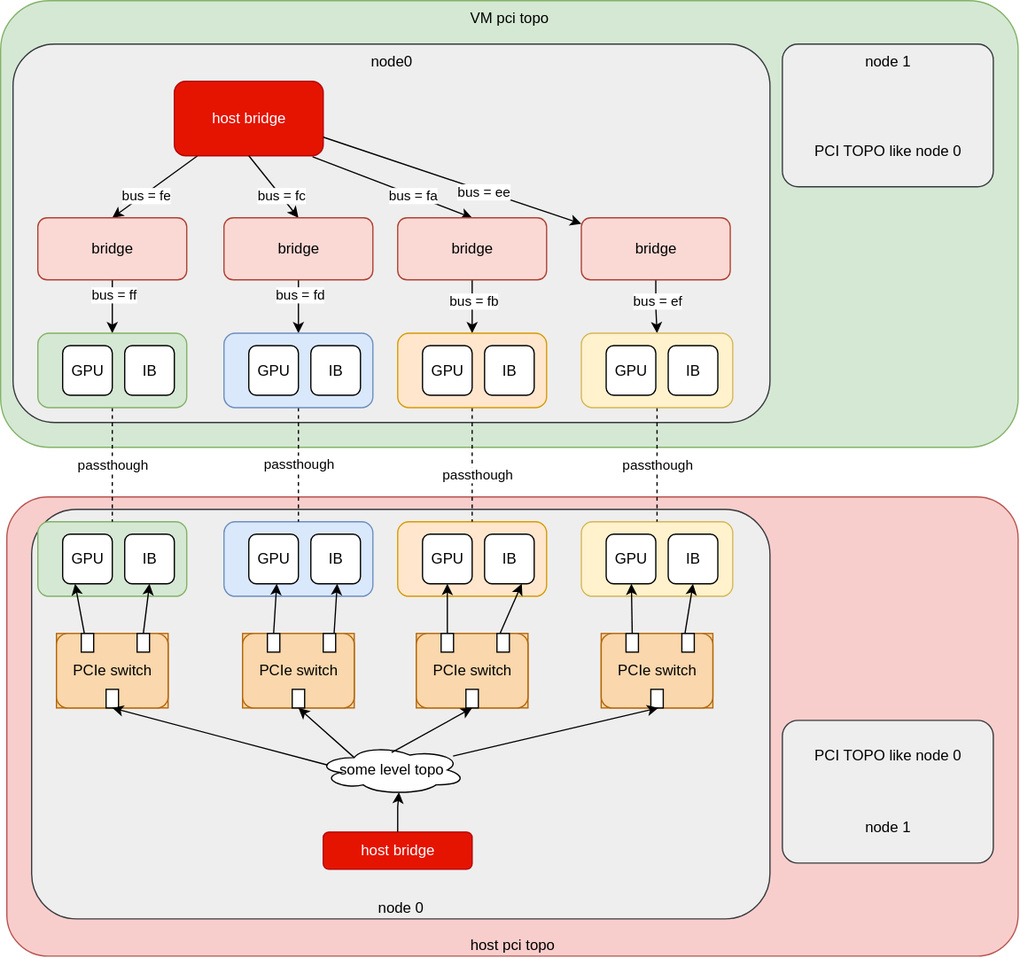
Above: case/gpu/pic/make_vm_topo_like_host.svg in cai-fuqiang/md (draw.io), before the change. Source tidied: cells renumbered, new cells last; positions are measured from the earlier drawing's top-left corner, leaving out a move shared by most shapes.
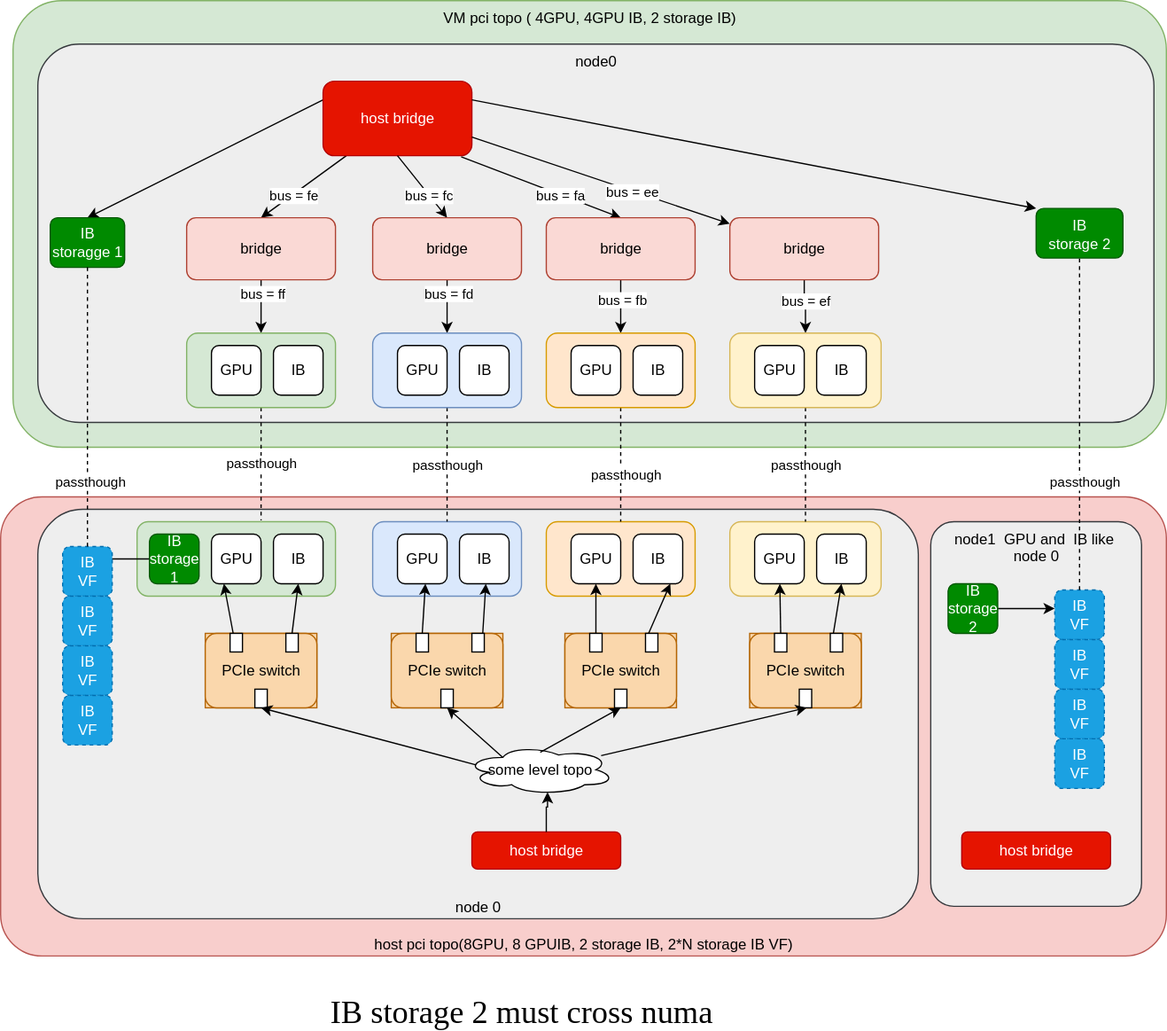
The same diagram one commit later.

Change to the diagram source:
```diff
@@ -2,20 +2,17 @@
   <root>
     <mxCell id="0" />
     <mxCell id="1" parent="0" />
-    <mxCell id="2" value="host pci topo" style="rounded=1;whiteSpace=wrap;html=1;verticalAlign=bottom;arcSize=9;fillColor=#f8cecc;strokeColor=#b85450;" parent="1" vertex="1">
-      <mxGeometry x="5" y="400" width="815" height="370" as="geometry" />
+    <mxCell id="2" value="host pci topo(8GPU, 8 GPUIB, 2 storage IB, 2*N storage IB VF)" style="rounded=1;whiteSpace=wrap;html=1;verticalAlign=bottom;arcSize=9;fillColor=#f8cecc;strokeColor=#b85450;" parent="1" vertex="1">
+      <mxGeometry x="-120" y="400" width="940" height="370" as="geometry" />
     </mxCell>
     <mxCell id="3" value="node 0" style="rounded=1;whiteSpace=wrap;html=1;arcSize=11;verticalAlign=bottom;fillColor=#eeeeee;strokeColor=#36393d;" parent="1" vertex="1">
-      <mxGeometry x="25" y="410" width="595" height="330" as="geometry" />
+      <mxGeometry x="-90" y="410" width="710" height="330" as="geometry" />
     </mxCell>
-    <mxCell id="4" value="VM pci topo" style="rounded=1;whiteSpace=wrap;html=1;arcSize=11;verticalAlign=top;fillColor=#d5e8d4;strokeColor=#82b366;" parent="1" vertex="1">
-      <mxGeometry width="820" height="360" as="geometry" />
+    <mxCell id="4" value="VM pci topo ( 4GPU, 4GPU IB, 2 storage IB)" style="rounded=1;whiteSpace=wrap;html=1;arcSize=11;verticalAlign=top;fillColor=#d5e8d4;strokeColor=#82b366;" parent="1" vertex="1">
+      <mxGeometry x="-110" width="930" height="360" as="geometry" />
     </mxCell>
-    <mxCell id="5" value="node 1&lt;div&gt;&lt;br&gt;&lt;/div&gt;&lt;div&gt;&lt;br&gt;&lt;/div&gt;&lt;div&gt;&lt;br&gt;&lt;/div&gt;&lt;div&gt;&lt;br&gt;&lt;/div&gt;&lt;div&gt;PCI TOPO like node&amp;nbsp;&lt;span style=&quot;background-color: transparent; color: light-dark(rgb(0, 0, 0), rgb(255, 255, 255));&quot;&gt;0&lt;/span&gt;&lt;/div&gt;" style="rounded=1;whiteSpace=wrap;html=1;arcSize=11;verticalAlign=top;fillColor=#eeeeee;strokeColor=#36393d;" parent="1" vertex="1">
-      <mxGeometry x="630" y="35" width="170" height="115" as="geometry" />
-    </mxCell>
     <mxCell id="6" value="node0" style="rounded=1;whiteSpace=wrap;html=1;arcSize=11;verticalAlign=top;fillColor=#eeeeee;strokeColor=#36393d;" parent="1" vertex="1">
-      <mxGeometry x="10" y="35" width="610" height="305" as="geometry" />
+      <mxGeometry x="-90" y="35" width="900" height="305" as="geometry" />
     </mxCell>
     <mxCell id="7" style="rounded=0;jettySize=auto;html=1;entryX=0.5;entryY=0;entryDx=0;entryDy=0;" parent="1" edge="1" source="9" target="12">
       <mxGeometry relative="1" as="geometry" />
@@ -23,6 +20,9 @@
     <mxCell id="8" value="bus = fe" style="edgeLabel;html=1;align=center;verticalAlign=middle;" parent="7" vertex="1">
       <mxGeometry x="0.24" relative="1" as="geometry" />
     </mxCell>
+    <mxCell id="95" style="rounded=0;jettySize=auto;html=1;entryX=0.5;entryY=0;entryDx=0;entryDy=0;exitX=0;exitY=0.25;exitDx=0;exitDy=0;" parent="1" edge="1" source="9" target="98">
+      <mxGeometry relative="1" as="geometry" />
+    </mxCell>
     <mxCell id="9" value="host bridge" style="rounded=1;whiteSpace=wrap;html=1;fillColor=#e51400;fontColor=#ffffff;strokeColor=#B20000;" parent="1" vertex="1">
       <mxGeometry x="140" y="65" width="120" height="60" as="geometry" />
     </mxCell>
@@ -38,7 +38,7 @@
       <mxGeometry x="30" y="175" width="120" height="50" as="geometry" />
     </mxCell>
     <mxCell id="13" style="rounded=1;whiteSpace=wrap;html=1;fillColor=#d5e8d4;strokeColor=#82b366;" parent="1" vertex="1">
-      <mxGeometry x="30" y="420" width="120" height="60" as="geometry" />
+      <mxGeometry x="-10" y="420" width="160" height="60" as="geometry" />
     </mxCell>
     <mxCell id="14" value="GPU" style="rounded=1;whiteSpace=wrap;html=1;" parent="1" vertex="1">
       <mxGeometry x="50" y="430" width="40" height="40" as="geometry" />
@@ -240,7 +240,7 @@
     <mxCell id="74" style="rounded=0;jettySize=auto;html=1;exitX=0.07;exitY=0.4;exitDx=0;exitDy=0;exitPerimeter=0;entryX=0.5;entryY=1;entryDx=0;entryDy=0;" parent="1" edge="1" source="63" target="42">
       <mxGeometry relative="1" as="geometry" />
     </mxCell>
-    <mxCell id="75" value="passthough" style="edgeStyle=orthogonalEdgeStyle;rounded=0;jettySize=auto;html=1;entryX=0.5;entryY=0;entryDx=0;entryDy=0;dashed=1;endArrow=none;endFill=0;" parent="1" edge="1" source="76" target="13">
+    <mxCell id="75" value="passthough" style="edgeStyle=orthogonalEdgeStyle;rounded=0;jettySize=auto;html=1;entryX=0.625;entryY=-0.017;entryDx=0;entryDy=0;dashed=1;endArrow=none;endFill=0;entryPerimeter=0;" parent="1" edge="1" source="76" target="13">
       <mxGeometry relative="1" as="geometry" />
     </mxCell>
     <mxCell id="76" style="rounded=1;whiteSpace=wrap;html=1;fillColor=#d5e8d4;strokeColor=#82b366;" parent="1" vertex="1">
@@ -297,8 +297,83 @@
     <mxCell id="93" value="IB" style="rounded=1;whiteSpace=wrap;html=1;" parent="1" vertex="1">
       <mxGeometry x="538" y="278" width="40" height="40" as="geometry" />
     </mxCell>
-    <mxCell id="94" value="&lt;br&gt;&lt;div&gt;PCI TOPO like node&amp;nbsp;&lt;span style=&quot;background-color: transparent; color: light-dark(rgb(0, 0, 0), rgb(255, 255, 255));&quot;&gt;0&lt;/span&gt;&lt;/div&gt;&lt;div&gt;&lt;br&gt;&lt;/div&gt;&lt;div&gt;&lt;br&gt;&lt;/div&gt;&lt;div&gt;&lt;br&gt;&lt;/div&gt;&lt;div&gt;node 1&lt;/div&gt;" style="rounded=1;whiteSpace=wrap;html=1;arcSize=11;verticalAlign=top;fillColor=#eeeeee;strokeColor=#36393d;" parent="1" vertex="1">
-      <mxGeometry x="630" y="580" width="170" height="115" as="geometry" />
+    <mxCell id="94" value="node1&amp;nbsp; GPU and&amp;nbsp; IB like&amp;nbsp;&lt;div&gt;node 0&lt;/div&gt;" style="rounded=1;whiteSpace=wrap;html=1;arcSize=11;verticalAlign=top;fillColor=#eeeeee;strokeColor=#36393d;" parent="1" vertex="1">
+      <mxGeometry x="630" y="420" width="170" height="310" as="geometry" />
     </mxCell>
+    <mxCell id="96" style="edgeStyle=orthogonalEdgeStyle;rounded=0;jettySize=auto;html=1;" parent="1" edge="1" source="97" target="101">
+      <mxGeometry relative="1" as="geometry" />
+    </mxCell>
+    <mxCell id="97" value="IB&lt;div&gt;storage&lt;/div&gt;&lt;div&gt;1&lt;/div&gt;" style="rounded=1;whiteSpace=wrap;html=1;fillColor=#008a00;strokeColor=#005700;fontColor=#ffffff;" parent="1" vertex="1">
+      <mxGeometry y="430" width="40" height="40" as="geometry" />
+    </mxCell>
+    <mxCell id="98" value="IB&lt;div&gt;storagge 1&lt;/div&gt;" style="rounded=1;whiteSpace=wrap;html=1;fillColor=#008a00;strokeColor=#005700;fontColor=#ffffff;" parent="1" vertex="1">
+      <mxGeometry x="-80" y="175" width="60" height="40" as="geometry" />
+    </mxCell>
+    <mxCell id="99" style="group;" parent="1" vertex="1">
+      <mxGeometry x="-70" y="440" width="40" height="160" as="geometry" />
+    </mxCell>
+    <mxCell id="100" value="IB&lt;div&gt;VF&lt;/div&gt;" style="rounded=1;whiteSpace=wrap;html=1;fillColor=#1ba1e2;strokeColor=#006EAF;fontColor=#ffffff;dashed=1;" parent="99" vertex="1">
+      <mxGeometry width="40" height="40" as="geometry" />
+    </mxCell>
+    <mxCell id="101" value="IB&lt;div&gt;VF&lt;/div&gt;" style="rounded=1;whiteSpace=wrap;html=1;fillColor=#1ba1e2;strokeColor=#006EAF;fontColor=#ffffff;dashed=1;" parent="99" vertex="1">
+      <mxGeometry y="40" width="40" height="40" as="geometry" />
+    </mxCell>
+    <mxCell id="102" value="IB&lt;div&gt;VF&lt;/div&gt;" style="rounded=1;whiteSpace=wrap;html=1;fillColor=#1ba1e2;strokeColor=#006EAF;fontColor=#ffffff;dashed=1;" parent="99" vertex="1">
+      <mxGeometry y="80" width="40" height="40" as="geometry" />
+    </mxCell>
+    <mxCell id="103" value="IB&lt;div&gt;VF&lt;/div&gt;" style="rounded=1;whiteSpace=wrap;html=1;fillColor=#1ba1e2;strokeColor=#006EAF;fontColor=#ffffff;dashed=1;" parent="99" vertex="1">
+      <mxGeometry y="120" width="40" height="40" as="geometry" />
+    </mxCell>
+    <mxCell id="104" style="edgeStyle=orthogonalEdgeStyle;rounded=0;jettySize=auto;html=1;entryX=0.5;entryY=1;entryDx=0;entryDy=0;dashed=1;endArrow=none;endFill=0;" parent="1" edge="1" source="100" target="98">
+      <mxGeometry relative="1" as="geometry" />
+    </mxCell>
+    <mxCell id="105" value="passthough" style="edgeLabel;html=1;align=center;verticalAlign=middle;" parent="104" vertex="1">
+      <mxGeometry x="-0.53" y="-1" relative="1" as="geometry" />
+    </mxCell>
+    <mxCell id="106" style="rounded=0;jettySize=auto;html=1;exitX=1;exitY=0.25;exitDx=0;exitDy=0;entryX=0;entryY=0;entryDx=0;entryDy=0;" parent="1" edge="1" source="9" target="107">
+      <mxGeometry relative="1" as="geometry" />
+    </mxCell>
+    <mxCell id="107" value="IB&lt;div&gt;storage 2&lt;/div&gt;" style="rounded=1;whiteSpace=wrap;html=1;fillColor=#008a00;strokeColor=#005700;fontColor=#ffffff;" parent="1" vertex="1">
+      <mxGeometry x="715" y="167.5" width="70" height="40" as="geometry" />
+    </mxCell>
+    <mxCell id="108" value="host bridge" style="rounded=1;whiteSpace=wrap;html=1;fillColor=#e51400;fontColor=#ffffff;strokeColor=#B20000;" parent="1" vertex="1">
+      <mxGeometry x="655" y="670" width="120" height="30" as="geometry" />
+    </mxCell>
+    <mxCell id="109" style="edgeStyle=orthogonalEdgeStyle;rounded=0;jettySize=auto;html=1;" parent="1" edge="1" source="110">
+      <mxGeometry relative="1" as="geometry">
+        <mxPoint x="730" y="490" as="targetPoint" />
+      </mxGeometry>
+    </mxCell>
+    <mxCell id="110" value="IB&lt;div&gt;storage&lt;/div&gt;&lt;div&gt;2&lt;/div&gt;" style="rounded=1;whiteSpace=wrap;html=1;fillColor=#008a00;strokeColor=#005700;fontColor=#ffffff;" parent="1" vertex="1">
+      <mxGeometry x="644" y="470" width="40" height="40" as="geometry" />
+    </mxCell>
+    <mxCell id="111" style="group;" parent="1" vertex="1">
+      <mxGeometry x="730" y="475" width="40" height="160" as="geometry" />
+    </mxCell>
+    <mxCell id="112" value="IB&lt;div&gt;VF&lt;/div&gt;" style="rounded=1;whiteSpace=wrap;html=1;fillColor=#1ba1e2;strokeColor=#006EAF;fontColor=#ffffff;dashed=1;" parent="111" vertex="1">
+      <mxGeometry width="40" height="40" as="geometry" />
+    </mxCell>
+    <mxCell id="113" value="IB&lt;div&gt;VF&lt;/div&gt;" style="rounded=1;whiteSpace=wrap;html=1;fillColor=#1ba1e2;strokeColor=#006EAF;fontColor=#ffffff;dashed=1;" parent="111" vertex="1">
+      <mxGeometry y="40" width="40" height="40" as="geometry" />
+    </mxCell>
+    <mxCell id="114" value="IB&lt;div&gt;VF&lt;/div&gt;" style="rounded=1;whiteSpace=wrap;html=1;fillColor=#1ba1e2;strokeColor=#006EAF;fontColor=#ffffff;dashed=1;" parent="111" vertex="1">
+      <mxGeometry y="80" width="40" height="40" as="geometry" />
+    </mxCell>
+    <mxCell id="115" value="IB&lt;div&gt;VF&lt;/div&gt;" style="rounded=1;whiteSpace=wrap;html=1;fillColor=#1ba1e2;strokeColor=#006EAF;fontColor=#ffffff;dashed=1;" parent="111" vertex="1">
+      <mxGeometry y="120" width="40" height="40" as="geometry" />
+    </mxCell>
+    <mxCell id="116" style="edgeStyle=orthogonalEdgeStyle;rounded=0;jettySize=auto;html=1;dashed=1;endArrow=none;endFill=0;" parent="1" edge="1" source="112" target="107">
+      <mxGeometry relative="1" as="geometry">
+        <Array as="points">
+          <mxPoint x="750" y="195" />
+        </Array>
+      </mxGeometry>
+    </mxCell>
+    <mxCell id="117" value="passthough" style="edgeLabel;html=1;align=center;verticalAlign=middle;" parent="116" vertex="1">
+      <mxGeometry x="-0.35" y="-3" relative="1" as="geometry" />
+    </mxCell>
+    <mxCell id="118" value="IB storage 2 must cross numa" style="text;html=1;align=center;verticalAlign=middle;whiteSpace=wrap;rounded=0;fontSize=26;fontFamily=Comic Sans MS;" parent="1" vertex="1">
+      <mxGeometry x="110" y="800" width="380" height="30" as="geometry" />
+    </mxCell>
   </root>
 </mxGraphModel>
```
